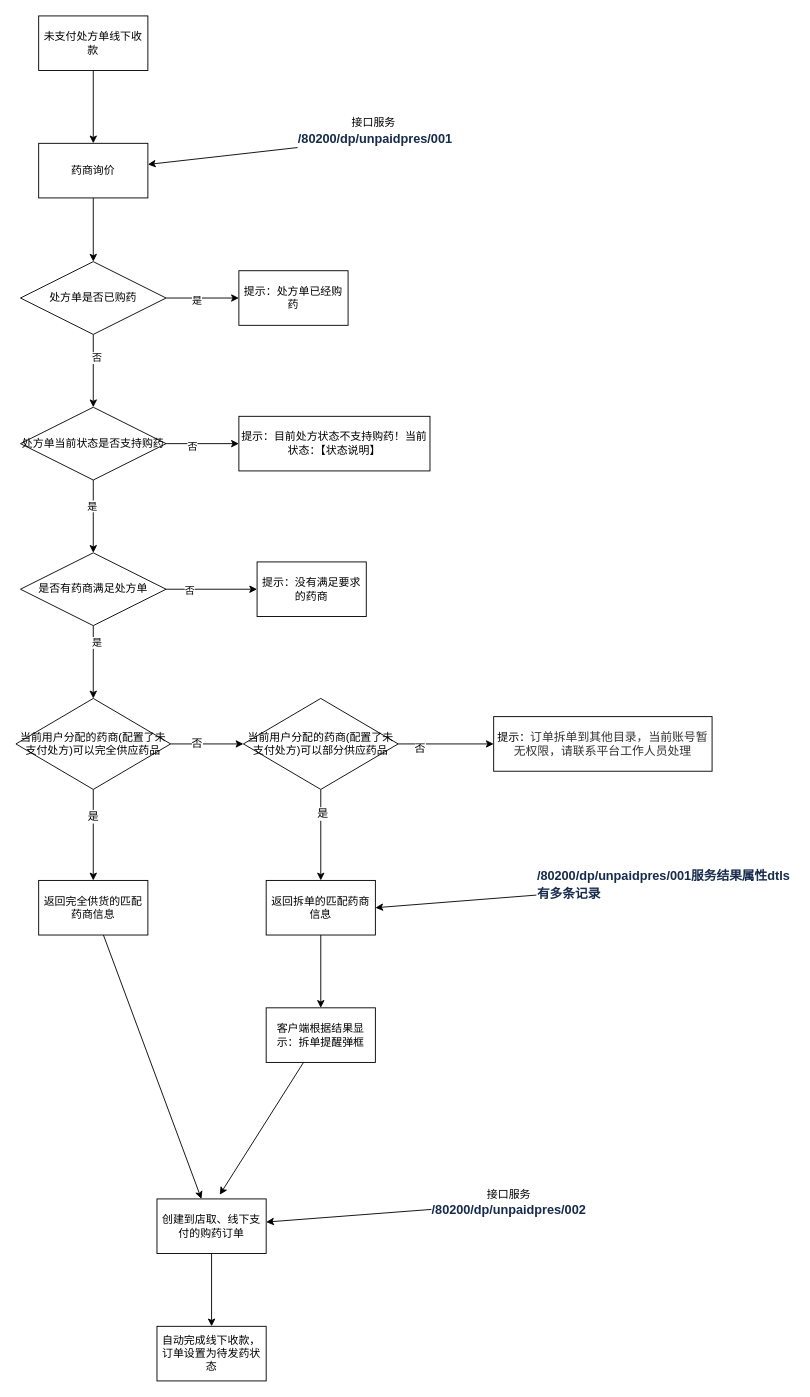
denglt/diagrams keeps this draw.io diagram as 未支付处方单线下收款.dio. Above is the earlier version. Source tidied: cells renumbered, new cells numbered last; positions are measured from the earlier drawing's top-left corner, leaving out a move shared by most shapes. Both pictures are drawn from the tidied source at 91%, with x=0, y=0 at pixel (15, 15).
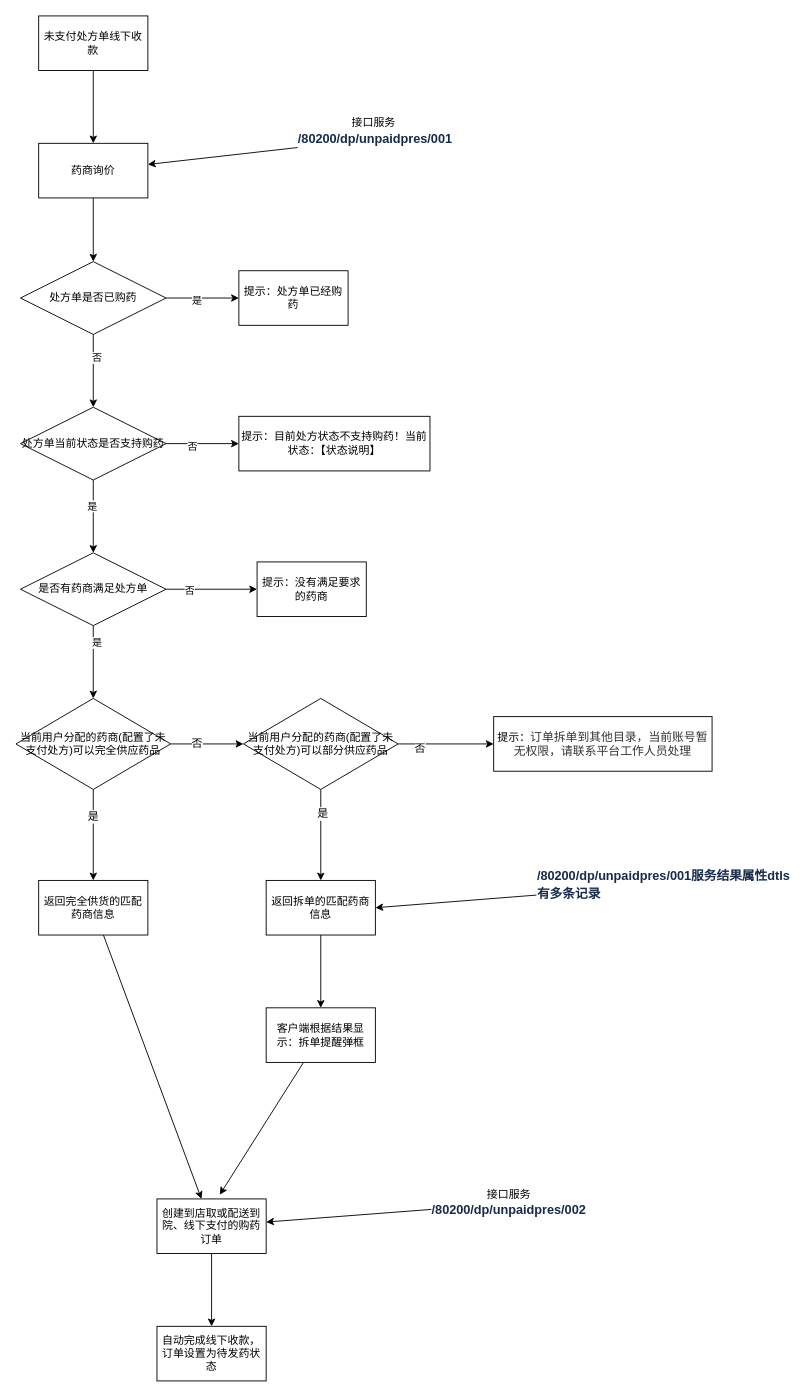
The same page after the edit.

Commit message:
Update 未支付处方单线下收款.dio

What changed in the source:
```diff
@@
-    <mxCell id="46" value="创建到店取、线下支付的购药订单" style="whiteSpace=wrap;html=1;rounded=0;" parent="1" vertex="1">
+    <mxCell id="46" value="创建到店取或配送到院、线下支付的购药订单" style="whiteSpace=wrap;html=1;rounded=0;" parent="1" vertex="1">
       <mxGeometry x="155" y="1300" width="120" height="60" as="geometry" />
     </mxCell>
```
